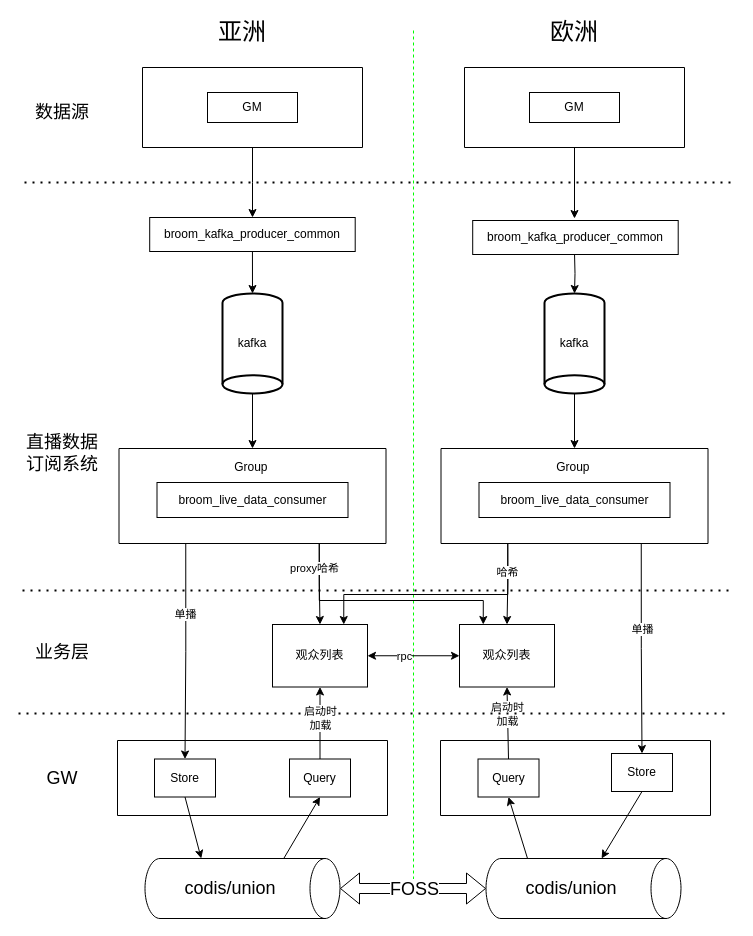
Earlier version of the draw.io diagram Untitled Diagram.drawio (lawlient/DrawIO). Source tidied: cells renumbered, new cells numbered last; positions are measured from the earlier drawing's top-left corner, leaving out a move shared by most shapes. Both pictures are drawn from the tidied source at 100%, with x=0, y=0 at pixel (18, 17).
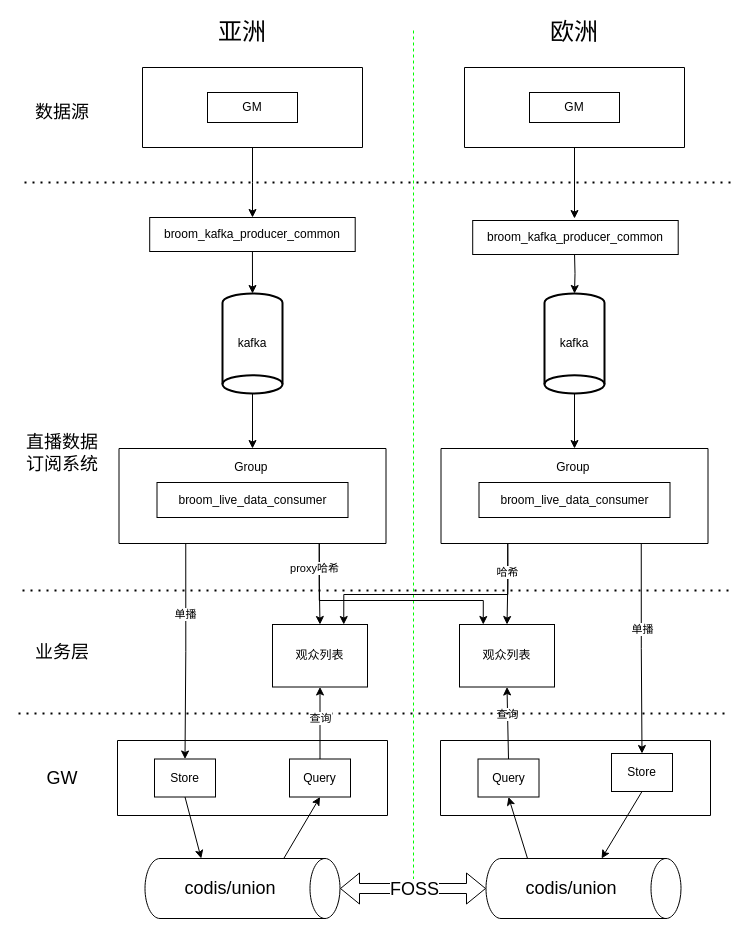
Above is the later version.

Commit message:
观众数据架构图II.drawio

The change refers to these unchanged cells:
```xml
<mxCell id="33" style="edgeStyle=none;rounded=0;jettySize=auto;html=1;entryX=0.5;entryY=1;entryDx=0;entryDy=0;fontSize=18;startArrow=none;startFill=0;strokeColor=#000000;exitX=0.5;exitY=0;exitDx=0;exitDy=0;" parent="1" edge="1" source="30" target="38">
  <mxGeometry relative="1" as="geometry" />
</mxCell>
<mxCell id="38" value="观众列表" style="rounded=0;whiteSpace=wrap;html=1;" parent="1" vertex="1">
  <mxGeometry x="441" y="607" width="95" height="62.5" as="geometry" />
</mxCell>
<mxCell id="39" style="edgeStyle=none;rounded=0;jettySize=auto;html=1;exitX=0.5;exitY=0;exitDx=0;exitDy=0;entryX=0.5;entryY=1;entryDx=0;entryDy=0;fontSize=18;startArrow=none;startFill=0;strokeColor=#000000;" parent="1" edge="1" source="26" target="43">
  <mxGeometry relative="1" as="geometry" />
</mxCell>
<mxCell id="43" value="观众列表" style="rounded=0;whiteSpace=wrap;html=1;" parent="1" vertex="1">
  <mxGeometry x="254" y="607" width="95" height="62.5" as="geometry" />
</mxCell>
```

Change to the diagram source:
```diff
@@
-    <mxCell id="34" value="启动时&lt;br&gt;加载" style="edgeLabel;html=1;align=center;verticalAlign=middle;" parent="33" vertex="1">
+    <mxCell id="34" value="查询" style="edgeLabel;html=1;align=center;verticalAlign=middle;" parent="33" vertex="1">
       <mxGeometry x="-0.65" y="3" relative="1" as="geometry">
         <mxPoint x="2" y="-32" as="offset" />
       </mxGeometry>
     </mxCell>
@@
-    <mxCell id="40" value="启动时&lt;br&gt;加载" style="edgeLabel;html=1;align=center;verticalAlign=middle;" parent="39" vertex="1">
+    <mxCell id="40" value="查询" style="edgeLabel;html=1;align=center;verticalAlign=middle;" parent="39" vertex="1">
       <mxGeometry x="-0.35" y="-2" relative="1" as="geometry">
         <mxPoint x="-2" y="-18" as="offset" />
       </mxGeometry>
     </mxCell>
-    <mxCell id="41" style="edgeStyle=orthogonalEdgeStyle;rounded=0;jettySize=auto;html=1;exitX=1;exitY=0.5;exitDx=0;exitDy=0;entryX=0;entryY=0.5;entryDx=0;entryDy=0;startArrow=classic;startFill=1;" parent="1" edge="1" source="43" target="38">
-      <mxGeometry relative="1" as="geometry" />
-    </mxCell>
-    <mxCell id="42" value="rpc" style="edgeLabel;html=1;align=center;verticalAlign=middle;" parent="41" vertex="1">
-      <mxGeometry x="-0.22" relative="1" as="geometry" />
-    </mxCell>
```
